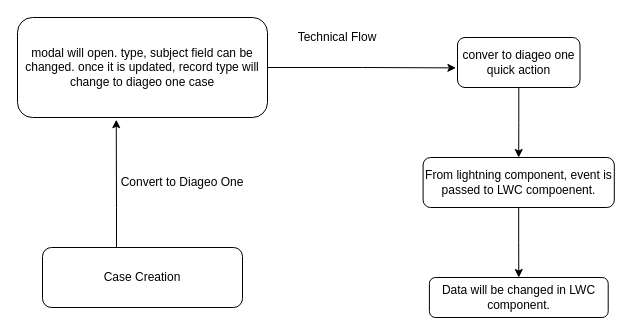
The draw.io diagram Untitled Diagram.drawio in sagaramm/TestGit, before the edit. Source tidied: cells renumbered, new cells numbered last; positions are measured from the earlier drawing's top-left corner, leaving out a move shared by most shapes. Both pictures are drawn from the tidied source at 100%, with x=0, y=0 at pixel (17, 17).
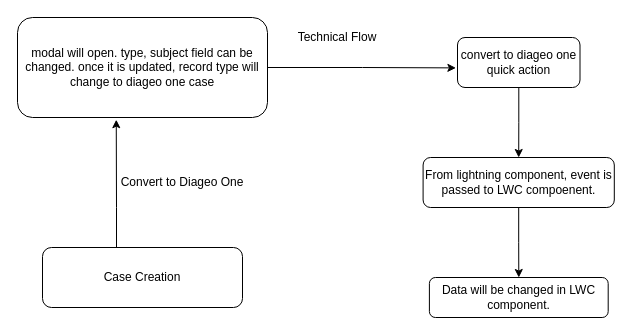
After the change.

Change to the diagram source:
```diff
@@
 <mxGraphModel>
   <root>
     <mxCell id="0" />
     <mxCell id="1" parent="0" />
     <mxCell id="2" style="edgeStyle=orthogonalEdgeStyle;rounded=0;jettySize=auto;html=1;entryX=0.395;entryY=1.022;entryDx=0;entryDy=0;entryPerimeter=0;" parent="1" edge="1" source="3" target="5">
       <mxGeometry relative="1" as="geometry">
         <Array as="points">
           <mxPoint x="99" y="190" />
           <mxPoint x="99" y="190" />
         </Array>
       </mxGeometry>
     </mxCell>
     <mxCell id="3" value="Case Creation" style="rounded=1;whiteSpace=wrap;html=1;" parent="1" vertex="1">
       <mxGeometry x="25" y="230" width="200" height="60" as="geometry" />
     </mxCell>
     <mxCell id="4" style="edgeStyle=orthogonalEdgeStyle;rounded=0;jettySize=auto;html=1;entryX=-0.013;entryY=0.608;entryDx=0;entryDy=0;entryPerimeter=0;" parent="1" edge="1" source="5" target="8">
       <mxGeometry relative="1" as="geometry" />
     </mxCell>
     <mxCell id="5" value="modal will open. type, subject field can be changed. once it is updated, record type will change to diageo one case" style="rounded=1;whiteSpace=wrap;html=1;" parent="1" vertex="1">
       <mxGeometry width="250" height="100" as="geometry" />
     </mxCell>
     <mxCell id="6" value="Convert to Diageo One" style="text;html=1;strokeColor=none;fillColor=none;align=center;verticalAlign=middle;whiteSpace=wrap;rounded=0;" parent="1" vertex="1">
       <mxGeometry x="80" y="155" width="170" height="20" as="geometry" />
     </mxCell>
     <mxCell id="7" style="edgeStyle=orthogonalEdgeStyle;rounded=0;jettySize=auto;html=1;entryX=0.5;entryY=0;entryDx=0;entryDy=0;" parent="1" edge="1" source="8" target="11">
       <mxGeometry relative="1" as="geometry" />
     </mxCell>
-    <mxCell id="8" value="conver to diageo one quick action" style="rounded=1;whiteSpace=wrap;html=1;" parent="1" vertex="1">
+    <mxCell id="8" value="convert to diageo one quick action" style="rounded=1;whiteSpace=wrap;html=1;" parent="1" vertex="1">
       <mxGeometry x="440" y="20" width="122.5" height="50" as="geometry" />
     </mxCell>
     <mxCell id="9" value="Technical Flow" style="text;html=1;strokeColor=none;fillColor=none;align=center;verticalAlign=middle;whiteSpace=wrap;rounded=0;" parent="1" vertex="1">
       <mxGeometry x="270" y="10" width="100" height="20" as="geometry" />
     </mxCell>
     <mxCell id="10" style="edgeStyle=orthogonalEdgeStyle;rounded=0;jettySize=auto;html=1;entryX=0.5;entryY=0;entryDx=0;entryDy=0;" parent="1" edge="1" source="11" target="12">
       <mxGeometry relative="1" as="geometry" />
     </mxCell>
     <mxCell id="11" value="From lightning component, event is passed to LWC compoenent." style="rounded=1;whiteSpace=wrap;html=1;" parent="1" vertex="1">
       <mxGeometry x="405.6" y="140" width="191.2" height="50" as="geometry" />
     </mxCell>
     <mxCell id="12" value="Data will be changed in LWC component." style="rounded=1;whiteSpace=wrap;html=1;" parent="1" vertex="1">
       <mxGeometry x="411.9" y="260" width="178.8" height="40" as="geometry" />
     </mxCell>
   </root>
 </mxGraphModel>
```
